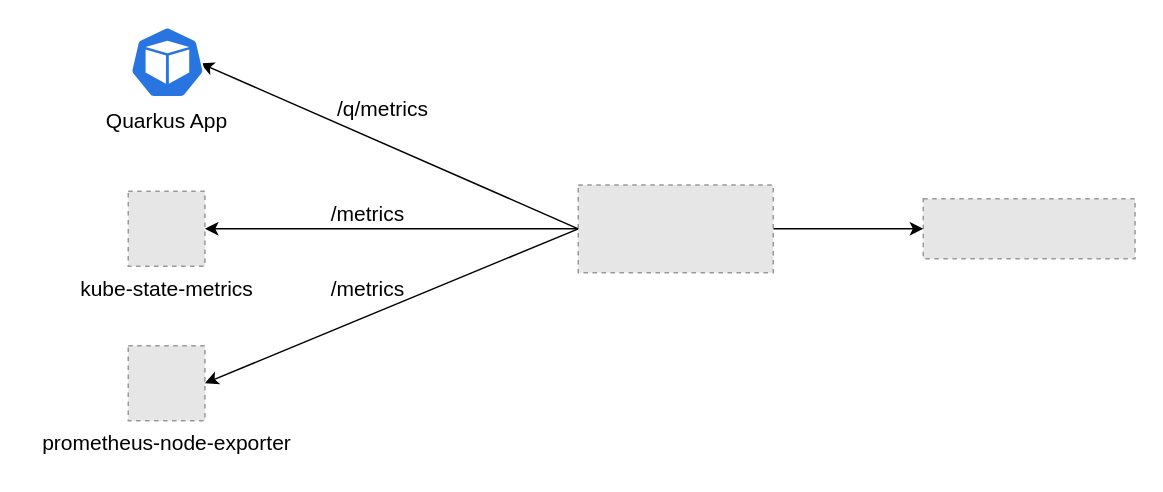
Earlier version of the draw.io diagram page "monitoring" (3 of 5) of observation/docs/architecture.drawio (nautible/nautible-plugin). Source tidied: cells renumbered, new cells numbered last; positions are measured from the earlier drawing's top-left corner, leaving out a move shared by most shapes. Both pictures are drawn from the tidied source at 150%, with x=0, y=0 at pixel (24, 26). Pictures stored in the file or linked from it are replaced by grey dashed boxes.
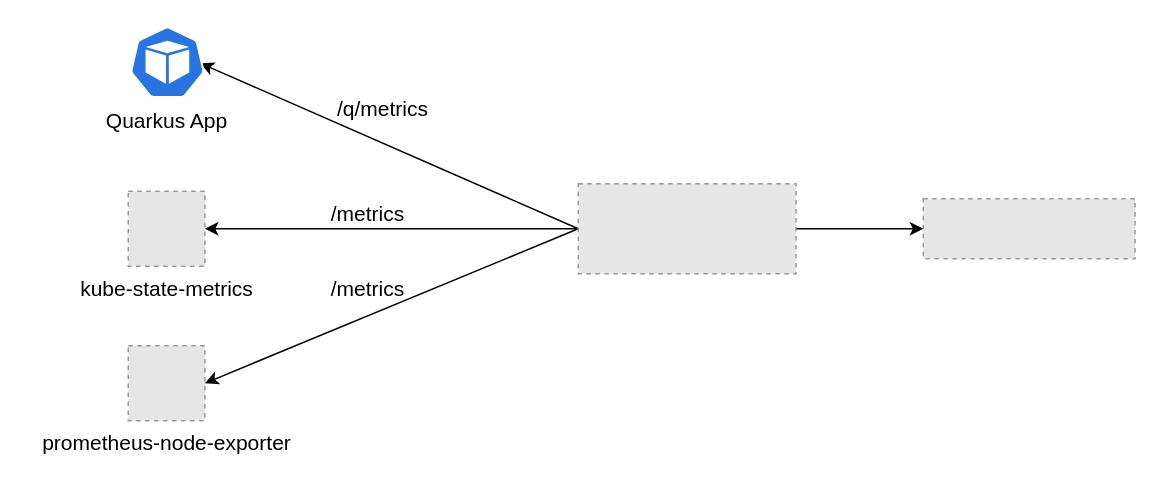
After the change.

The edit, as a diff of the source:
```diff
@@
 <mxGraphModel>
   <root>
     <mxCell id="0" />
     <mxCell id="1" parent="0" />
     <mxCell id="2" style="fillColor=#E6E6E6;strokeColor=#999999;dashed=1;verticalLabelPosition=bottom;labelBackgroundColor=default;verticalAlign=top;" parent="1" vertex="1">
       <mxGeometry x="599" y="115" width="141.2" height="40" as="geometry" />
     </mxCell>
-    <mxCell id="3" style="edgeStyle=none;html=1;exitX=0;exitY=0.5;exitDx=0;exitDy=0;entryX=1;entryY=0.5;entryDx=0;entryDy=0;fontSize=14;" parent="1" edge="1" source="6" target="7">
+    <mxCell id="3" style="edgeStyle=none;html=1;entryX=1;entryY=0.5;entryDx=0;entryDy=0;fontSize=14;exitX=0;exitY=0.5;exitDx=0;exitDy=0;" parent="1" edge="1" source="17" target="7">
       <mxGeometry relative="1" as="geometry" />
     </mxCell>
-    <mxCell id="4" style="edgeStyle=none;html=1;entryX=1;entryY=0.5;entryDx=0;entryDy=0;fontSize=14;exitX=0;exitY=0.5;exitDx=0;exitDy=0;" parent="1" edge="1" source="6" target="8">
+    <mxCell id="4" style="edgeStyle=none;html=1;entryX=1;entryY=0.5;entryDx=0;entryDy=0;fontSize=14;exitX=0;exitY=0.5;exitDx=0;exitDy=0;" parent="1" edge="1" source="17" target="8">
       <mxGeometry relative="1" as="geometry" />
     </mxCell>
-    <mxCell id="5" style="edgeStyle=none;html=1;entryX=0;entryY=0.5;entryDx=0;entryDy=0;fontSize=14;" parent="1" edge="1" source="6" target="2">
+    <mxCell id="5" style="edgeStyle=none;html=1;entryX=0;entryY=0.5;entryDx=0;entryDy=0;fontSize=14;exitX=1;exitY=0.5;exitDx=0;exitDy=0;" parent="1" edge="1" source="17" target="2">
       <mxGeometry relative="1" as="geometry" />
     </mxCell>
-    <mxCell id="6" style="fillColor=#E6E6E6;strokeColor=#999999;dashed=1;verticalLabelPosition=bottom;labelBackgroundColor=default;verticalAlign=top;" parent="1" vertex="1">
-      <mxGeometry x="369" y="105.8" width="130" height="58.5" as="geometry" />
-    </mxCell>
     <mxCell id="7" style="fillColor=#E6E6E6;strokeColor=#999999;dashed=1;verticalLabelPosition=bottom;labelBackgroundColor=default;verticalAlign=top;" parent="1" vertex="1">
       <mxGeometry x="69" y="110" width="51.1" height="50" as="geometry" />
     </mxCell>
     <mxCell id="8" style="fillColor=#E6E6E6;strokeColor=#999999;dashed=1;verticalLabelPosition=bottom;labelBackgroundColor=default;verticalAlign=top;" parent="1" vertex="1">
       <mxGeometry x="69" y="213" width="51.1" height="50" as="geometry" />
     </mxCell>
-    <mxCell id="9" style="edgeStyle=none;html=1;exitX=0;exitY=0.5;exitDx=0;exitDy=0;entryX=0.94;entryY=0.515;entryDx=0;entryDy=0;entryPerimeter=0;" parent="1" edge="1" source="6" target="10">
+    <mxCell id="9" style="edgeStyle=none;html=1;exitX=0;exitY=0.5;exitDx=0;exitDy=0;entryX=0.94;entryY=0.515;entryDx=0;entryDy=0;entryPerimeter=0;" parent="1" edge="1" source="17" target="10">
       <mxGeometry relative="1" as="geometry" />
     </mxCell>
     <mxCell id="10" style="sketch=0;html=1;dashed=0;whitespace=wrap;fillColor=#2875E2;strokeColor=#ffffff;points=[[0.005,0.63,0],[0.1,0.2,0],[0.9,0.2,0],[0.5,0,0],[0.995,0.63,0],[0.72,0.99,0],[0.5,1,0],[0.28,0.99,0]];verticalLabelPosition=bottom;align=center;verticalAlign=top;shape=mxgraph.kubernetes.icon;prIcon=pod;" parent="1" vertex="1">
       <mxGeometry x="70.1" width="50" height="48" as="geometry" />
     </mxCell>
     <mxCell id="11" value="prometheus-node-exporter" style="text;strokeColor=none;align=center;fillColor=none;html=1;verticalAlign=middle;whiteSpace=wrap;rounded=0;fontSize=14;" parent="1" vertex="1">
       <mxGeometry x="0.1" y="263" width="190" height="30" as="geometry" />
     </mxCell>
     <mxCell id="12" value="kube-state-metrics" style="text;strokeColor=none;align=center;fillColor=none;html=1;verticalAlign=middle;whiteSpace=wrap;rounded=0;fontSize=14;" parent="1" vertex="1">
       <mxGeometry x="25.1" y="160" width="140" height="30" as="geometry" />
     </mxCell>
     <mxCell id="13" value="Quarkus App" style="text;strokeColor=none;align=center;fillColor=none;html=1;verticalAlign=middle;whiteSpace=wrap;rounded=0;fontSize=14;" parent="1" vertex="1">
       <mxGeometry x="40.1" y="48" width="110" height="30" as="geometry" />
     </mxCell>
     <mxCell id="14" value="/metrics" style="text;strokeColor=none;align=center;fillColor=none;html=1;verticalAlign=middle;whiteSpace=wrap;rounded=0;fontSize=14;" parent="1" vertex="1">
       <mxGeometry x="189" y="160" width="80" height="30" as="geometry" />
     </mxCell>
     <mxCell id="15" value="/metrics" style="text;strokeColor=none;align=center;fillColor=none;html=1;verticalAlign=middle;whiteSpace=wrap;rounded=0;fontSize=14;" parent="1" vertex="1">
       <mxGeometry x="189" y="110" width="80" height="30" as="geometry" />
     </mxCell>
     <mxCell id="16" value="/q/metrics" style="text;strokeColor=none;align=center;fillColor=none;html=1;verticalAlign=middle;whiteSpace=wrap;rounded=0;fontSize=14;" parent="1" vertex="1">
       <mxGeometry x="199" y="40" width="80" height="30" as="geometry" />
     </mxCell>
+    <mxCell id="17" style="fillColor=#E6E6E6;strokeColor=#999999;dashed=1;verticalLabelPosition=bottom;labelBackgroundColor=default;verticalAlign=top;" parent="1" vertex="1">
+      <mxGeometry x="369" y="105" width="145.2" height="60" as="geometry" />
+    </mxCell>
   </root>
 </mxGraphModel>
```
